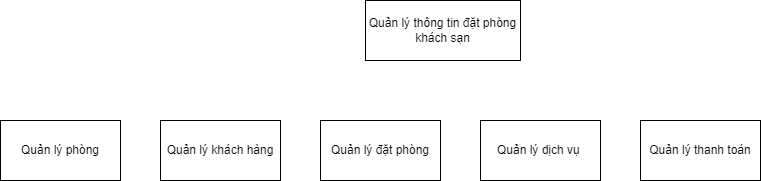
This is Untitled Diagram.drawio.png from EricMai2112/image-diagram, a draw.io export, as it was before one commit. Source tidied: cells renumbered, new cells last; positions are measured from the earlier drawing's top-left corner, leaving out a move shared by most shapes.
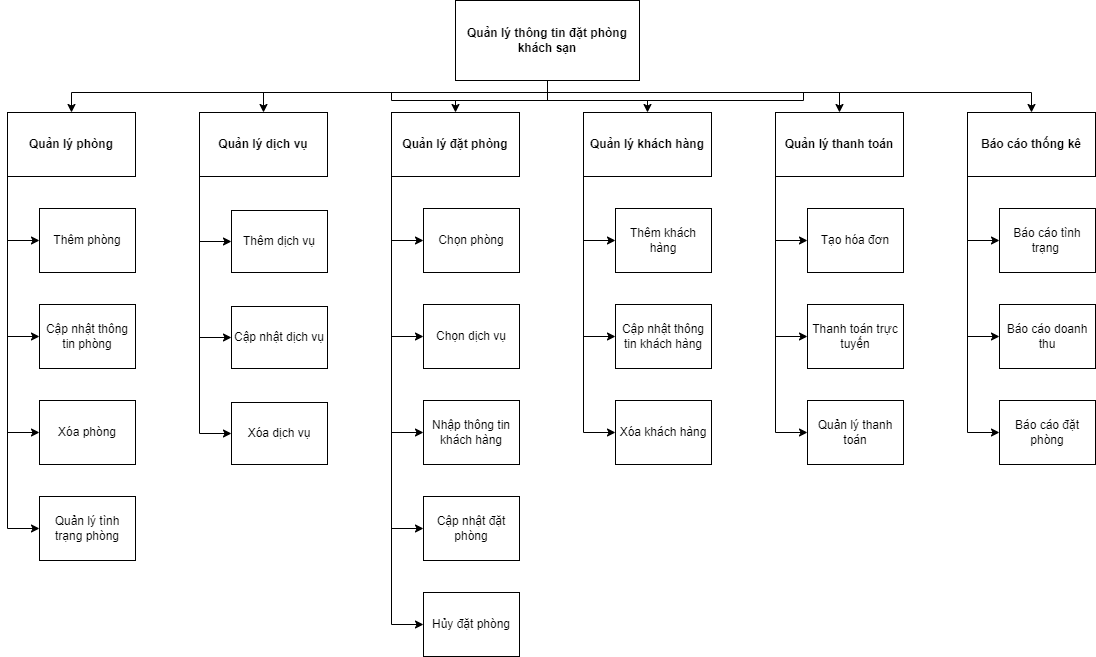
The same file after the commit.

The edit, as a diff of the source:
```diff
@@ -2,23 +2,180 @@
   <root>
     <mxCell id="0" />
     <mxCell id="1" parent="0" />
+    <mxCell id="8" style="edgeStyle=orthogonalEdgeStyle;rounded=0;jettySize=auto;html=1;exitX=0.5;exitY=1;exitDx=0;exitDy=0;" parent="1" edge="1" source="2" target="3">
+      <mxGeometry relative="1" as="geometry">
+        <Array as="points">
+          <mxPoint x="604" y="92" />
+          <mxPoint x="128" y="92" />
+        </Array>
+      </mxGeometry>
+    </mxCell>
+    <mxCell id="9" style="edgeStyle=orthogonalEdgeStyle;rounded=0;jettySize=auto;html=1;exitX=0.5;exitY=1;exitDx=0;exitDy=0;" parent="1" edge="1" source="2" target="6">
+      <mxGeometry relative="1" as="geometry" />
+    </mxCell>
+    <mxCell id="10" style="edgeStyle=orthogonalEdgeStyle;rounded=0;jettySize=auto;html=1;exitX=0.5;exitY=1;exitDx=0;exitDy=0;entryX=0.5;entryY=0;entryDx=0;entryDy=0;" parent="1" edge="1" source="2" target="5">
+      <mxGeometry relative="1" as="geometry" />
+    </mxCell>
+    <mxCell id="11" style="edgeStyle=orthogonalEdgeStyle;rounded=0;jettySize=auto;html=1;exitX=0.5;exitY=1;exitDx=0;exitDy=0;entryX=0.5;entryY=0;entryDx=0;entryDy=0;" parent="1" edge="1" source="2" target="4">
+      <mxGeometry relative="1" as="geometry" />
+    </mxCell>
+    <mxCell id="12" style="edgeStyle=orthogonalEdgeStyle;rounded=0;jettySize=auto;html=1;exitX=0.5;exitY=1;exitDx=0;exitDy=0;entryX=0.5;entryY=0;entryDx=0;entryDy=0;" parent="1" edge="1" source="2" target="32">
+      <mxGeometry relative="1" as="geometry">
+        <Array as="points">
+          <mxPoint x="604" y="92" />
+          <mxPoint x="896" y="92" />
+        </Array>
+      </mxGeometry>
+    </mxCell>
+    <mxCell id="13" style="edgeStyle=orthogonalEdgeStyle;rounded=0;jettySize=auto;html=1;exitX=0.5;exitY=1;exitDx=0;exitDy=0;entryX=0.5;entryY=0;entryDx=0;entryDy=0;" parent="1" edge="1" source="2" target="36">
+      <mxGeometry relative="1" as="geometry" />
+    </mxCell>
-    <mxCell id="2" value="Quản lý thông tin đặt phòng khách sạn" style="rounded=0;whiteSpace=wrap;html=1;" parent="1" vertex="1">
-      <mxGeometry x="365" width="155" height="60" as="geometry" />
+    <mxCell id="2" value="Quản lý thông tin đặt phòng khách sạn" style="rounded=0;whiteSpace=wrap;html=1;fontStyle=1;" parent="1" vertex="1">
+      <mxGeometry x="512" width="184" height="80" as="geometry" />
     </mxCell>
+    <mxCell id="14" style="edgeStyle=orthogonalEdgeStyle;rounded=0;jettySize=auto;html=1;exitX=0;exitY=1;exitDx=0;exitDy=0;entryX=0;entryY=0.5;entryDx=0;entryDy=0;" parent="1" edge="1" source="3" target="37">
+      <mxGeometry relative="1" as="geometry" />
+    </mxCell>
+    <mxCell id="15" style="edgeStyle=orthogonalEdgeStyle;rounded=0;jettySize=auto;html=1;exitX=0;exitY=1;exitDx=0;exitDy=0;entryX=0;entryY=0.5;entryDx=0;entryDy=0;" parent="1" edge="1" source="3" target="38">
+      <mxGeometry relative="1" as="geometry" />
+    </mxCell>
+    <mxCell id="16" style="edgeStyle=orthogonalEdgeStyle;rounded=0;jettySize=auto;html=1;exitX=0;exitY=1;exitDx=0;exitDy=0;entryX=0;entryY=0.5;entryDx=0;entryDy=0;" parent="1" edge="1" source="3" target="39">
+      <mxGeometry relative="1" as="geometry" />
+    </mxCell>
+    <mxCell id="17" style="edgeStyle=orthogonalEdgeStyle;rounded=0;jettySize=auto;html=1;exitX=0;exitY=1;exitDx=0;exitDy=0;entryX=0;entryY=0.5;entryDx=0;entryDy=0;" parent="1" edge="1" source="3" target="40">
+      <mxGeometry relative="1" as="geometry" />
+    </mxCell>
-    <mxCell id="3" value="Quản lý phòng" style="rounded=0;whiteSpace=wrap;html=1;" parent="1" vertex="1">
-      <mxGeometry y="120" width="120" height="60" as="geometry" />
+    <mxCell id="3" value="Quản lý phòng" style="rounded=0;whiteSpace=wrap;html=1;fontStyle=1;" parent="1" vertex="1">
+      <mxGeometry x="64" y="112" width="128" height="64" as="geometry" />
     </mxCell>
+    <mxCell id="18" style="edgeStyle=orthogonalEdgeStyle;rounded=0;jettySize=auto;html=1;exitX=0;exitY=1;exitDx=0;exitDy=0;entryX=0;entryY=0.5;entryDx=0;entryDy=0;" parent="1" edge="1" source="6" target="41">
+      <mxGeometry relative="1" as="geometry" />
+    </mxCell>
+    <mxCell id="19" style="edgeStyle=orthogonalEdgeStyle;rounded=0;jettySize=auto;html=1;exitX=0;exitY=1;exitDx=0;exitDy=0;entryX=0;entryY=0.5;entryDx=0;entryDy=0;" parent="1" edge="1" source="6" target="42">
+      <mxGeometry relative="1" as="geometry" />
+    </mxCell>
+    <mxCell id="20" style="edgeStyle=orthogonalEdgeStyle;rounded=0;jettySize=auto;html=1;exitX=0;exitY=1;exitDx=0;exitDy=0;entryX=0;entryY=0.5;entryDx=0;entryDy=0;" parent="1" edge="1" source="6" target="43">
+      <mxGeometry relative="1" as="geometry" />
+    </mxCell>
+    <mxCell id="6" value="Quản lý dịch vụ" style="rounded=0;whiteSpace=wrap;html=1;fontStyle=1;" parent="1" vertex="1">
+      <mxGeometry x="256" y="112" width="128" height="64" as="geometry" />
+    </mxCell>
+    <mxCell id="21" style="edgeStyle=orthogonalEdgeStyle;rounded=0;jettySize=auto;html=1;exitX=0;exitY=1;exitDx=0;exitDy=0;entryX=0;entryY=0.5;entryDx=0;entryDy=0;" parent="1" edge="1" source="5" target="44">
+      <mxGeometry relative="1" as="geometry" />
+    </mxCell>
+    <mxCell id="22" style="edgeStyle=orthogonalEdgeStyle;rounded=0;jettySize=auto;html=1;exitX=0;exitY=1;exitDx=0;exitDy=0;entryX=0;entryY=0.5;entryDx=0;entryDy=0;" parent="1" edge="1" source="5" target="45">
+      <mxGeometry relative="1" as="geometry" />
+    </mxCell>
+    <mxCell id="23" style="edgeStyle=orthogonalEdgeStyle;rounded=0;jettySize=auto;html=1;exitX=0;exitY=1;exitDx=0;exitDy=0;entryX=0;entryY=0.5;entryDx=0;entryDy=0;" parent="1" edge="1" source="5" target="46">
+      <mxGeometry relative="1" as="geometry" />
+    </mxCell>
+    <mxCell id="24" style="edgeStyle=orthogonalEdgeStyle;rounded=0;jettySize=auto;html=1;exitX=0;exitY=1;exitDx=0;exitDy=0;entryX=0;entryY=0.5;entryDx=0;entryDy=0;" parent="1" edge="1" source="5" target="47">
+      <mxGeometry relative="1" as="geometry" />
+    </mxCell>
+    <mxCell id="25" style="edgeStyle=orthogonalEdgeStyle;rounded=0;jettySize=auto;html=1;exitX=0;exitY=1;exitDx=0;exitDy=0;entryX=0;entryY=0.5;entryDx=0;entryDy=0;" parent="1" edge="1" source="5" target="48">
+      <mxGeometry relative="1" as="geometry" />
+    </mxCell>
+    <mxCell id="5" value="Quản lý đặt phòng" style="rounded=0;whiteSpace=wrap;html=1;fontStyle=1;" parent="1" vertex="1">
+      <mxGeometry x="448" y="112" width="128" height="64" as="geometry" />
+    </mxCell>
+    <mxCell id="26" style="edgeStyle=orthogonalEdgeStyle;rounded=0;jettySize=auto;html=1;exitX=0;exitY=1;exitDx=0;exitDy=0;entryX=0;entryY=0.5;entryDx=0;entryDy=0;" parent="1" edge="1" source="4" target="49">
+      <mxGeometry relative="1" as="geometry" />
+    </mxCell>
+    <mxCell id="27" style="edgeStyle=orthogonalEdgeStyle;rounded=0;jettySize=auto;html=1;exitX=0;exitY=1;exitDx=0;exitDy=0;entryX=0;entryY=0.5;entryDx=0;entryDy=0;" parent="1" edge="1" source="4" target="51">
+      <mxGeometry relative="1" as="geometry" />
+    </mxCell>
+    <mxCell id="28" style="edgeStyle=orthogonalEdgeStyle;rounded=0;jettySize=auto;html=1;exitX=0;exitY=1;exitDx=0;exitDy=0;entryX=0;entryY=0.5;entryDx=0;entryDy=0;" parent="1" edge="1" source="4" target="50">
+      <mxGeometry relative="1" as="geometry" />
+    </mxCell>
-    <mxCell id="4" value="Quản lý khách hàng" style="rounded=0;whiteSpace=wrap;html=1;" parent="1" vertex="1">
-      <mxGeometry x="160" y="120" width="120" height="60" as="geometry" />
+    <mxCell id="4" value="Quản lý khách hàng" style="rounded=0;whiteSpace=wrap;html=1;fontStyle=1;" parent="1" vertex="1">
+      <mxGeometry x="640" y="112" width="128" height="64" as="geometry" />
     </mxCell>
-    <mxCell id="5" value="Quản lý đặt phòng" style="rounded=0;whiteSpace=wrap;html=1;" parent="1" vertex="1">
-      <mxGeometry x="320" y="120" width="120" height="60" as="geometry" />
-    </mxCell>
-    <mxCell id="6" value="Quản lý dịch vụ&amp;nbsp;" style="rounded=0;whiteSpace=wrap;html=1;" parent="1" vertex="1">
-      <mxGeometry x="480" y="120" width="120" height="60" as="geometry" />
-    </mxCell>
+    <mxCell id="29" style="edgeStyle=orthogonalEdgeStyle;rounded=0;jettySize=auto;html=1;exitX=0;exitY=1;exitDx=0;exitDy=0;entryX=0;entryY=0.5;entryDx=0;entryDy=0;" parent="1" edge="1" source="32" target="52">
+      <mxGeometry relative="1" as="geometry" />
+    </mxCell>
+    <mxCell id="30" style="edgeStyle=orthogonalEdgeStyle;rounded=0;jettySize=auto;html=1;exitX=0;exitY=1;exitDx=0;exitDy=0;entryX=0;entryY=0.5;entryDx=0;entryDy=0;" parent="1" edge="1" source="32" target="56">
+      <mxGeometry relative="1" as="geometry" />
+    </mxCell>
+    <mxCell id="31" style="edgeStyle=orthogonalEdgeStyle;rounded=0;jettySize=auto;html=1;exitX=0;exitY=1;exitDx=0;exitDy=0;entryX=0;entryY=0.5;entryDx=0;entryDy=0;" parent="1" edge="1" source="32" target="7">
+      <mxGeometry relative="1" as="geometry" />
+    </mxCell>
+    <mxCell id="32" value="Quản lý thanh toán" style="rounded=0;whiteSpace=wrap;html=1;fontStyle=1;" parent="1" vertex="1">
+      <mxGeometry x="832" y="112" width="128" height="64" as="geometry" />
+    </mxCell>
+    <mxCell id="33" style="edgeStyle=orthogonalEdgeStyle;rounded=0;jettySize=auto;html=1;exitX=0;exitY=1;exitDx=0;exitDy=0;entryX=0;entryY=0.5;entryDx=0;entryDy=0;" parent="1" edge="1" source="36" target="54">
+      <mxGeometry relative="1" as="geometry" />
+    </mxCell>
+    <mxCell id="34" style="edgeStyle=orthogonalEdgeStyle;rounded=0;jettySize=auto;html=1;exitX=0;exitY=1;exitDx=0;exitDy=0;entryX=0;entryY=0.5;entryDx=0;entryDy=0;" parent="1" edge="1" source="36" target="55">
+      <mxGeometry relative="1" as="geometry" />
+    </mxCell>
+    <mxCell id="35" style="edgeStyle=orthogonalEdgeStyle;rounded=0;jettySize=auto;html=1;exitX=0;exitY=1;exitDx=0;exitDy=0;entryX=0;entryY=0.5;entryDx=0;entryDy=0;" parent="1" edge="1" source="36" target="53">
+      <mxGeometry relative="1" as="geometry" />
+    </mxCell>
+    <mxCell id="36" value="Báo cáo thống kê" style="rounded=0;whiteSpace=wrap;html=1;fontStyle=1;" parent="1" vertex="1">
+      <mxGeometry x="1024" y="112" width="128" height="64" as="geometry" />
+    </mxCell>
+    <mxCell id="37" value="Thêm phòng" style="rounded=0;whiteSpace=wrap;html=1;" parent="1" vertex="1">
+      <mxGeometry x="96" y="208" width="96" height="64" as="geometry" />
+    </mxCell>
+    <mxCell id="38" value="Cập nhật thông tin phòng" style="rounded=0;whiteSpace=wrap;html=1;" parent="1" vertex="1">
+      <mxGeometry x="96" y="304" width="96" height="64" as="geometry" />
+    </mxCell>
+    <mxCell id="39" value="Xóa phòng" style="rounded=0;whiteSpace=wrap;html=1;" parent="1" vertex="1">
+      <mxGeometry x="96" y="400" width="96" height="64" as="geometry" />
+    </mxCell>
+    <mxCell id="40" value="Quản lý tình trạng phòng" style="rounded=0;whiteSpace=wrap;html=1;" parent="1" vertex="1">
+      <mxGeometry x="96" y="496" width="96" height="64" as="geometry" />
+    </mxCell>
+    <mxCell id="41" value="Thêm dịch vụ" style="rounded=0;whiteSpace=wrap;html=1;" parent="1" vertex="1">
+      <mxGeometry x="288" y="210" width="96" height="62" as="geometry" />
+    </mxCell>
+    <mxCell id="42" value="Cập nhật dịch vụ" style="rounded=0;whiteSpace=wrap;html=1;" parent="1" vertex="1">
+      <mxGeometry x="288" y="306" width="96" height="62" as="geometry" />
+    </mxCell>
+    <mxCell id="43" value="Xóa dịch vụ" style="rounded=0;whiteSpace=wrap;html=1;" parent="1" vertex="1">
+      <mxGeometry x="288" y="402" width="96" height="62" as="geometry" />
+    </mxCell>
+    <mxCell id="44" value="Chọn phòng" style="rounded=0;whiteSpace=wrap;html=1;" parent="1" vertex="1">
+      <mxGeometry x="480" y="208" width="96" height="64" as="geometry" />
+    </mxCell>
+    <mxCell id="45" value="Chọn dịch vụ" style="rounded=0;whiteSpace=wrap;html=1;" parent="1" vertex="1">
+      <mxGeometry x="480" y="304" width="96" height="64" as="geometry" />
+    </mxCell>
+    <mxCell id="46" value="Nhập thông tin khách hàng" style="rounded=0;whiteSpace=wrap;html=1;" parent="1" vertex="1">
+      <mxGeometry x="480" y="400" width="96" height="64" as="geometry" />
+    </mxCell>
+    <mxCell id="47" value="Cập nhật đặt phòng" style="rounded=0;whiteSpace=wrap;html=1;" parent="1" vertex="1">
+      <mxGeometry x="480" y="496" width="96" height="64" as="geometry" />
+    </mxCell>
+    <mxCell id="48" value="Hủy đặt phòng" style="rounded=0;whiteSpace=wrap;html=1;" parent="1" vertex="1">
+      <mxGeometry x="480" y="592" width="96" height="64" as="geometry" />
+    </mxCell>
+    <mxCell id="49" value="Thêm khách hàng" style="rounded=0;whiteSpace=wrap;html=1;" parent="1" vertex="1">
+      <mxGeometry x="672" y="208" width="96" height="64" as="geometry" />
+    </mxCell>
+    <mxCell id="50" value="Xóa khách hàng" style="rounded=0;whiteSpace=wrap;html=1;" parent="1" vertex="1">
+      <mxGeometry x="672" y="400" width="96" height="64" as="geometry" />
+    </mxCell>
+    <mxCell id="51" value="Cập nhật thông tin khách hàng" style="rounded=0;whiteSpace=wrap;html=1;" parent="1" vertex="1">
+      <mxGeometry x="672" y="304" width="96" height="64" as="geometry" />
+    </mxCell>
+    <mxCell id="52" value="Tạo hóa đơn" style="rounded=0;whiteSpace=wrap;html=1;" parent="1" vertex="1">
+      <mxGeometry x="864" y="208" width="96" height="64" as="geometry" />
+    </mxCell>
     <mxCell id="7" value="Quản lý thanh toán" style="rounded=0;whiteSpace=wrap;html=1;" parent="1" vertex="1">
-      <mxGeometry x="640" y="120" width="120" height="60" as="geometry" />
+      <mxGeometry x="864" y="400" width="96" height="64" as="geometry" />
     </mxCell>
+    <mxCell id="53" value="Báo cáo đặt phòng" style="rounded=0;whiteSpace=wrap;html=1;" parent="1" vertex="1">
+      <mxGeometry x="1056" y="400" width="96" height="64" as="geometry" />
+    </mxCell>
+    <mxCell id="54" value="Báo cáo tình trạng&amp;nbsp;" style="rounded=0;whiteSpace=wrap;html=1;" parent="1" vertex="1">
+      <mxGeometry x="1056" y="208" width="96" height="64" as="geometry" />
+    </mxCell>
+    <mxCell id="55" value="Báo cáo doanh thu" style="rounded=0;whiteSpace=wrap;html=1;" parent="1" vertex="1">
+      <mxGeometry x="1056" y="304" width="96" height="64" as="geometry" />
+    </mxCell>
+    <mxCell id="56" value="Thanh toán trực tuyến" style="rounded=0;whiteSpace=wrap;html=1;" parent="1" vertex="1">
+      <mxGeometry x="864" y="304" width="96" height="64" as="geometry" />
+    </mxCell>
   </root>
 </mxGraphModel>
```
